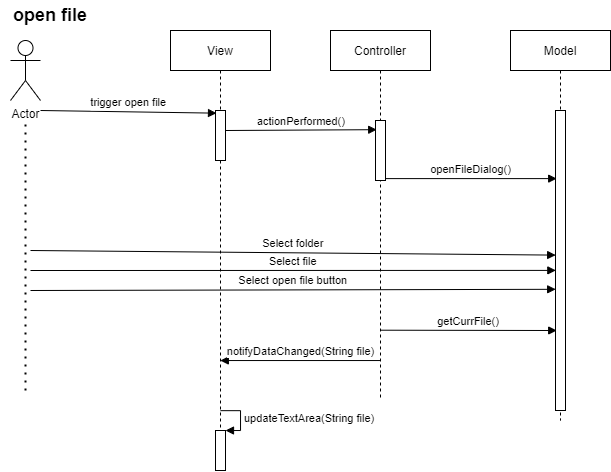
Above: Laboration1/UML/openfile.drawio.png in Johanced/2021-isgc08-Cederhag (draw.io), before the change. Source tidied: cells renumbered, new cells last; positions are measured from the earlier drawing's top-left corner, leaving out a move shared by most shapes.
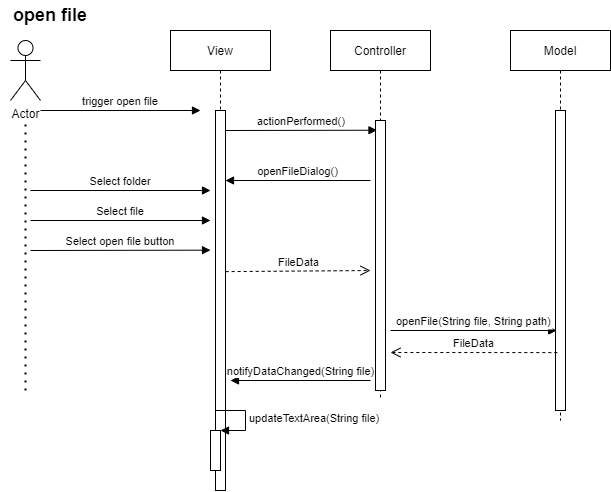
The same file after the commit.

Diff of the diagram source:
```diff
@@ -6,20 +6,16 @@
       <mxGeometry x="330" y="30" width="100" height="370" as="geometry" />
     </mxCell>
     <mxCell id="3" style="points=[];perimeter=orthogonalPerimeter;rounded=0;shadow=0;strokeWidth=1;" parent="2" vertex="1">
-      <mxGeometry x="45" y="90" width="10" height="60" as="geometry" />
+      <mxGeometry x="45" y="90" width="10" height="270" as="geometry" />
     </mxCell>
-    <mxCell id="4" value="actionPerformed()" style="verticalAlign=bottom;endArrow=block;shadow=0;strokeWidth=1;entryX=0.121;entryY=0.153;entryDx=0;entryDy=0;entryPerimeter=0;" parent="2" edge="1" target="3">
+    <mxCell id="4" value="actionPerformed()" style="verticalAlign=bottom;endArrow=block;shadow=0;strokeWidth=1;entryX=0.148;entryY=0.036;entryDx=0;entryDy=0;entryPerimeter=0;" parent="2" edge="1" target="3">
       <mxGeometry relative="1" as="geometry">
         <mxPoint x="-105" y="100" as="sourcePoint" />
       </mxGeometry>
     </mxCell>
-    <mxCell id="5" value="Select file" style="verticalAlign=bottom;endArrow=block;shadow=0;strokeWidth=1;entryX=0.033;entryY=0.533;entryDx=0;entryDy=0;entryPerimeter=0;" parent="2" edge="1" target="8">
-      <mxGeometry relative="1" as="geometry">
-        <mxPoint x="-300" y="240" as="sourcePoint" />
-      </mxGeometry>
-    </mxCell>
-    <mxCell id="6" value="getCurrFile()" style="verticalAlign=bottom;endArrow=block;entryX=0.121;entryY=0.227;shadow=0;strokeWidth=1;entryDx=0;entryDy=0;entryPerimeter=0;exitX=0.498;exitY=0.81;exitDx=0;exitDy=0;exitPerimeter=0;" parent="2" edge="1" source="2">
+    <mxCell id="6" value="openFile(String file, String path)" style="verticalAlign=bottom;endArrow=block;entryX=0.121;entryY=0.227;shadow=0;strokeWidth=1;entryDx=0;entryDy=0;entryPerimeter=0;" parent="2" edge="1">
       <mxGeometry relative="1" as="geometry">
+        <mxPoint x="60" y="300" as="sourcePoint" />
         <mxPoint x="226.2" y="300" as="targetPoint" />
       </mxGeometry>
     </mxCell>
@@ -29,31 +25,52 @@
     <mxCell id="8" style="points=[];perimeter=orthogonalPerimeter;rounded=0;shadow=0;strokeWidth=1;" parent="7" vertex="1">
       <mxGeometry x="45" y="80" width="10" height="300" as="geometry" />
     </mxCell>
-    <mxCell id="9" value="openFileDialog()" style="verticalAlign=bottom;endArrow=block;entryX=0.121;entryY=0.227;shadow=0;strokeWidth=1;entryDx=0;entryDy=0;entryPerimeter=0;" parent="1" edge="1" source="3" target="8">
-      <mxGeometry relative="1" as="geometry" />
+    <mxCell id="9" value="openFileDialog()" style="verticalAlign=bottom;endArrow=block;shadow=0;strokeWidth=1;" parent="1" edge="1" target="13">
+      <mxGeometry relative="1" as="geometry">
+        <mxPoint x="370" y="180" as="sourcePoint" />
+      </mxGeometry>
     </mxCell>
     <mxCell id="10" value="Actor" style="shape=umlActor;verticalLabelPosition=bottom;verticalAlign=top;html=1;" parent="1" vertex="1">
       <mxGeometry x="10" y="40" width="30" height="60" as="geometry" />
     </mxCell>
-    <mxCell id="11" value="trigger open file" style="verticalAlign=bottom;endArrow=block;entryX=0.1;entryY=0.053;shadow=0;strokeWidth=1;entryDx=0;entryDy=0;entryPerimeter=0;" parent="1" edge="1" target="13">
+    <mxCell id="11" value="trigger open file" style="verticalAlign=bottom;endArrow=block;shadow=0;strokeWidth=1;" parent="1" edge="1">
       <mxGeometry relative="1" as="geometry">
         <mxPoint x="40" y="110" as="sourcePoint" />
+        <mxPoint x="200" y="110" as="targetPoint" />
       </mxGeometry>
     </mxCell>
     <mxCell id="12" value="View" style="shape=umlLifeline;perimeter=lifelinePerimeter;rounded=0;shadow=0;strokeWidth=1;" parent="1" vertex="1">
-      <mxGeometry x="170" y="30" width="100" height="440" as="geometry" />
+      <mxGeometry x="170" y="30" width="100" height="460" as="geometry" />
     </mxCell>
     <mxCell id="13" style="points=[];perimeter=orthogonalPerimeter;rounded=0;shadow=0;strokeWidth=1;" parent="12" vertex="1">
-      <mxGeometry x="45" y="80" width="10" height="50" as="geometry" />
+      <mxGeometry x="45" y="80" width="10" height="380" as="geometry" />
     </mxCell>
-    <mxCell id="14" style="html=1;points=[];perimeter=orthogonalPerimeter;fontSize=11;" parent="12" vertex="1">
-      <mxGeometry x="45" y="400" width="10" height="40" as="geometry" />
-    </mxCell>
+    <mxCell id="17" value="Select folder" style="verticalAlign=bottom;endArrow=block;shadow=0;strokeWidth=1;" parent="12" edge="1">
+      <mxGeometry relative="1" as="geometry">
+        <mxPoint x="-140" y="160" as="sourcePoint" />
+        <mxPoint x="40" y="160" as="targetPoint" />
+      </mxGeometry>
+    </mxCell>
+    <mxCell id="5" value="Select file" style="verticalAlign=bottom;endArrow=block;shadow=0;strokeWidth=1;" parent="12" edge="1">
+      <mxGeometry relative="1" as="geometry">
+        <mxPoint x="-140" y="190" as="sourcePoint" />
+        <mxPoint x="40" y="190" as="targetPoint" />
+      </mxGeometry>
+    </mxCell>
+    <mxCell id="18" value="Select open file button" style="verticalAlign=bottom;endArrow=block;shadow=0;strokeWidth=1;" parent="12" edge="1">
+      <mxGeometry relative="1" as="geometry">
+        <mxPoint x="-140" y="220" as="sourcePoint" />
+        <mxPoint x="40" y="219.7" as="targetPoint" />
+      </mxGeometry>
+    </mxCell>
+    <mxCell id="21" style="html=1;points=[];perimeter=orthogonalPerimeter;" parent="12" vertex="1">
+      <mxGeometry x="40" y="400" width="10" height="40" as="geometry" />
+    </mxCell>
-    <mxCell id="15" value="updateTextArea(String file)" style="edgeStyle=orthogonalEdgeStyle;html=1;align=left;spacingLeft=2;endArrow=block;rounded=0;entryX=1;entryY=0;fontSize=11;exitX=0.5;exitY=0.864;exitDx=0;exitDy=0;exitPerimeter=0;" parent="12" edge="1" source="12" target="14">
+    <mxCell id="15" value="updateTextArea(String file)" style="edgeStyle=orthogonalEdgeStyle;html=1;align=left;spacingLeft=2;endArrow=block;rounded=0;entryX=1;entryY=0;" parent="12" edge="1" target="21">
       <mxGeometry relative="1" as="geometry">
+        <mxPoint x="45" y="380" as="sourcePoint" />
         <Array as="points">
-          <mxPoint x="70" y="380" />
-          <mxPoint x="70" y="400" />
+          <mxPoint x="75" y="380" />
         </Array>
       </mxGeometry>
     </mxCell>
@@ -63,21 +80,27 @@
         <mxPoint x="25" y="120" as="targetPoint" />
       </mxGeometry>
     </mxCell>
-    <mxCell id="17" value="Select folder" style="verticalAlign=bottom;endArrow=block;shadow=0;strokeWidth=1;entryX=0.017;entryY=0.482;entryDx=0;entryDy=0;entryPerimeter=0;" parent="1" edge="1" target="8">
-      <mxGeometry relative="1" as="geometry">
-        <mxPoint x="30" y="250" as="sourcePoint" />
-      </mxGeometry>
-    </mxCell>
-    <mxCell id="18" value="Select open file button" style="verticalAlign=bottom;endArrow=block;shadow=0;strokeWidth=1;entryX=0.017;entryY=0.596;entryDx=0;entryDy=0;entryPerimeter=0;" parent="1" edge="1" target="8">
-      <mxGeometry relative="1" as="geometry">
-        <mxPoint x="30" y="290" as="sourcePoint" />
-      </mxGeometry>
-    </mxCell>
     <mxCell id="19" value="&lt;b&gt;open file&lt;/b&gt;" style="text;html=1;strokeColor=none;fillColor=none;align=center;verticalAlign=middle;whiteSpace=wrap;rounded=0;fontSize=18;" parent="1" vertex="1">
       <mxGeometry width="100" height="30" as="geometry" />
     </mxCell>
-    <mxCell id="20" value="notifyDataChanged(String file)" style="html=1;verticalAlign=bottom;endArrow=block;rounded=0;exitX=0.5;exitY=0.892;exitDx=0;exitDy=0;exitPerimeter=0;" parent="1" edge="1" source="2" target="12">
-      <mxGeometry relative="1" as="geometry" />
+    <mxCell id="20" value="notifyDataChanged(String file)" style="html=1;verticalAlign=bottom;endArrow=block;rounded=0;" parent="1" edge="1">
+      <mxGeometry relative="1" as="geometry">
+        <mxPoint x="370" y="380" as="sourcePoint" />
+        <mxPoint x="230" y="380" as="targetPoint" />
+      </mxGeometry>
     </mxCell>
+    <mxCell id="22" value="FileData" style="html=1;verticalAlign=bottom;endArrow=open;dashed=1;endSize=8;rounded=0;exitX=1.017;exitY=0.424;exitDx=0;exitDy=0;exitPerimeter=0;" parent="1" edge="1" source="13">
+      <mxGeometry relative="1" as="geometry">
+        <mxPoint x="370" y="270" as="targetPoint" />
+      </mxGeometry>
+    </mxCell>
+    <mxCell id="23" value="FileData" style="html=1;verticalAlign=bottom;endArrow=open;dashed=1;endSize=8;rounded=0;exitX=0.183;exitY=0.807;exitDx=0;exitDy=0;exitPerimeter=0;" parent="1" edge="1" source="8">
+      <mxGeometry relative="1" as="geometry">
+        <mxPoint x="390" y="352" as="targetPoint" />
+        <Array as="points">
+          <mxPoint x="390" y="352" />
+        </Array>
+      </mxGeometry>
+    </mxCell>
   </root>
 </mxGraphModel>
```
